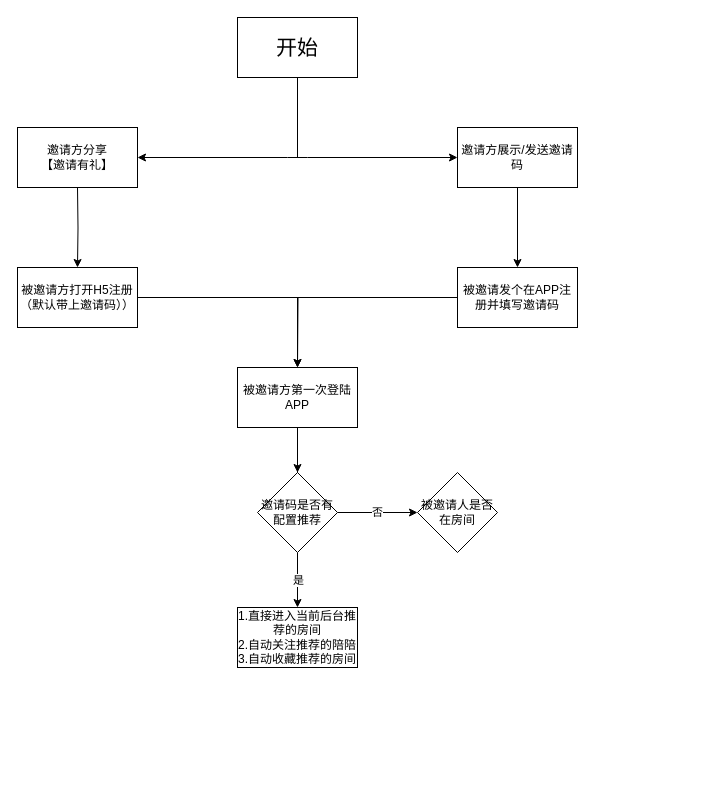
Before: Untitled Diagram.drawio in myhukun/WJ-pm-code, a draw.io diagram. Source tidied: cells renumbered, new cells numbered last; positions are measured from the earlier drawing's top-left corner, leaving out a move shared by most shapes. Both pictures are drawn from the tidied source at 100%, with x=0, y=0 at pixel (17, 17).
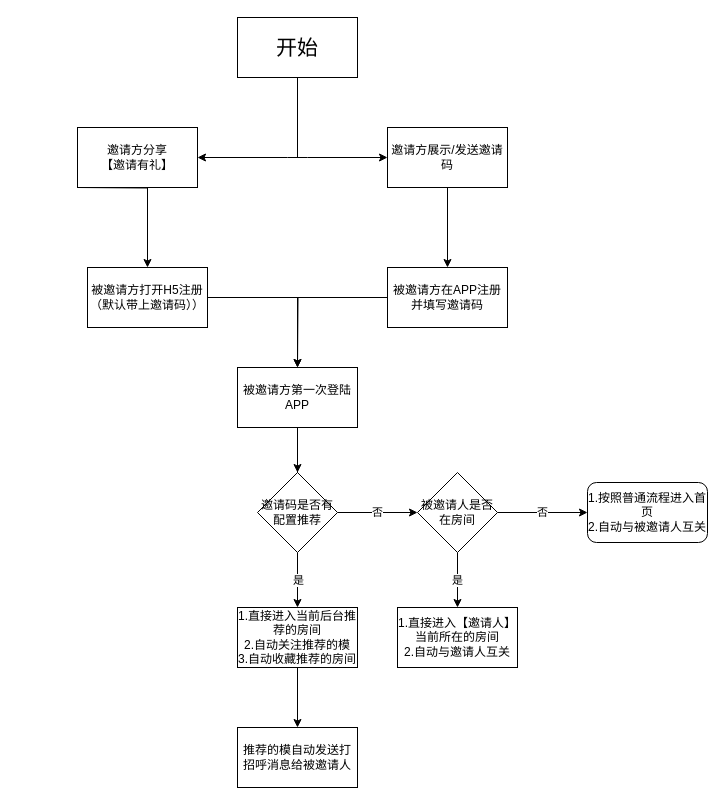
The same page after the edit.

The change refers to these unchanged cells:
```xml
<mxCell id="16" value="被邀请人是否在房间" style="rhombus;whiteSpace=wrap;html=1;" parent="1" vertex="1">
  <mxGeometry x="400" y="455" width="80" height="80" as="geometry" />
</mxCell>
```

What changed in the source:
```diff
@@
     <mxCell id="4" value="邀请方分享&lt;br&gt;【邀请有礼】" style="rounded=0;whiteSpace=wrap;html=1;" parent="1" vertex="1">
-      <mxGeometry y="110" width="120" height="60" as="geometry" />
+      <mxGeometry x="60" y="110" width="120" height="60" as="geometry" />
     </mxCell>
@@
     <mxCell id="6" value="邀请方展示/发送邀请码" style="rounded=0;whiteSpace=wrap;html=1;" parent="1" vertex="1">
-      <mxGeometry x="440" y="110" width="120" height="60" as="geometry" />
+      <mxGeometry x="370" y="110" width="120" height="60" as="geometry" />
     </mxCell>
@@
-    <mxCell id="8" value="被邀请发个在APP注册并填写邀请码" style="rounded=0;whiteSpace=wrap;html=1;" parent="1" vertex="1">
-      <mxGeometry x="440" y="250" width="120" height="60" as="geometry" />
+    <mxCell id="8" value="被邀请方在APP注册并填写邀请码" style="rounded=0;whiteSpace=wrap;html=1;" parent="1" vertex="1">
+      <mxGeometry x="370" y="250" width="120" height="60" as="geometry" />
     </mxCell>
@@
     <mxCell id="14" value="被邀请方打开H5注册（默认带上邀请码））" style="rounded=0;whiteSpace=wrap;html=1;" parent="1" vertex="1">
-      <mxGeometry y="250" width="120" height="60" as="geometry" />
+      <mxGeometry x="70" y="250" width="120" height="60" as="geometry" />
     </mxCell>
@@
+    <mxCell id="21" value="是" style="edgeStyle=orthogonalEdgeStyle;rounded=0;jettySize=auto;html=1;" parent="1" edge="1" source="16">
+      <mxGeometry relative="1" as="geometry">
+        <mxPoint x="440" y="590" as="targetPoint" />
+        <Array as="points">
+          <mxPoint x="440" y="590" />
+          <mxPoint x="440" y="590" />
+        </Array>
+      </mxGeometry>
+    </mxCell>
+    <mxCell id="22" value="否" style="edgeStyle=orthogonalEdgeStyle;rounded=0;jettySize=auto;html=1;" parent="1" edge="1" source="16">
+      <mxGeometry relative="1" as="geometry">
+        <mxPoint x="570" y="495" as="targetPoint" />
+      </mxGeometry>
+    </mxCell>
@@
+    <mxCell id="23" style="edgeStyle=orthogonalEdgeStyle;rounded=0;jettySize=auto;html=1;" parent="1" edge="1" source="20" target="24">
+      <mxGeometry relative="1" as="geometry" />
+    </mxCell>
-    <mxCell id="20" value="1.直接进入当前后台推荐的房间&lt;br&gt;2.自动关注推荐的陪陪&lt;br&gt;3.自动收藏推荐的房间" style="rounded=0;whiteSpace=wrap;html=1;" parent="1" vertex="1">
+    <mxCell id="20" value="1.直接进入当前后台推荐的房间&lt;br&gt;2.自动关注推荐的模&lt;br&gt;3.自动收藏推荐的房间" style="rounded=0;whiteSpace=wrap;html=1;imageAlign=right;" parent="1" vertex="1">
       <mxGeometry x="220" y="590" width="120" height="60" as="geometry" />
     </mxCell>
+    <mxCell id="24" value="推荐的模自动发送打招呼消息给被邀请人" style="rounded=0;whiteSpace=wrap;html=1;" parent="1" vertex="1">
+      <mxGeometry x="220" y="710" width="120" height="60" as="geometry" />
+    </mxCell>
+    <mxCell id="25" value="1.直接进入【邀请人】当前所在的房间&lt;br&gt;2.自动与邀请人互关" style="rounded=0;whiteSpace=wrap;html=1;" parent="1" vertex="1">
+      <mxGeometry x="380" y="590" width="120" height="60" as="geometry" />
+    </mxCell>
+    <mxCell id="26" value="1.按照普通流程进入首页&lt;br&gt;2.自动与被邀请人互关" style="rounded=1;whiteSpace=wrap;html=1;" parent="1" vertex="1">
+      <mxGeometry x="570" y="465" width="120" height="60" as="geometry" />
+    </mxCell>
```
